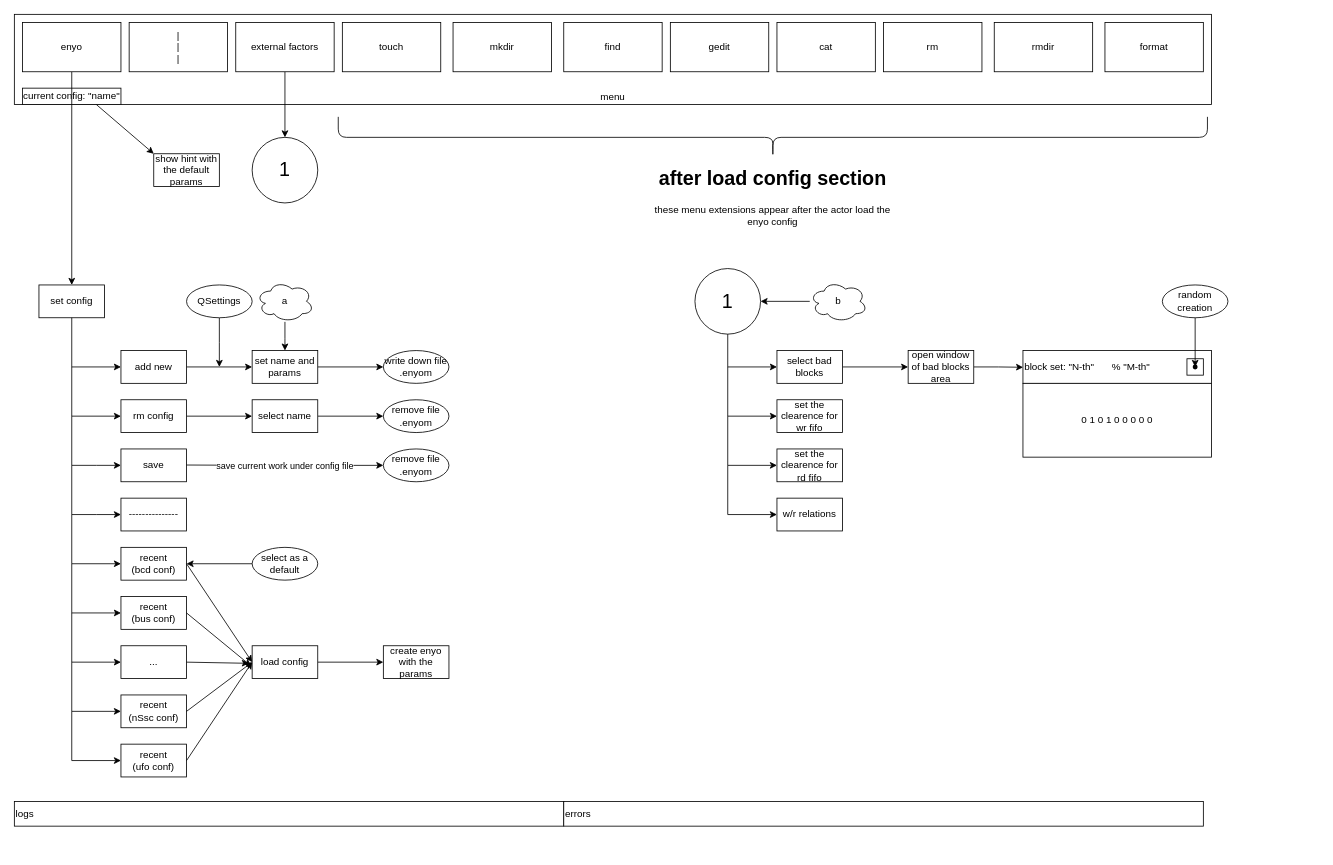
This is page "Page-1" (1 of 4) of enyoM ui.drawio from embrace0feternity/blablabla, a draw.io file, before an edit. Source tidied: cells renumbered, new cells numbered last; positions are measured from the earlier drawing's top-left corner, leaving out a move shared by most shapes. Both pictures are drawn from the tidied source at 82%, with x=0, y=0 at pixel (14, -298).
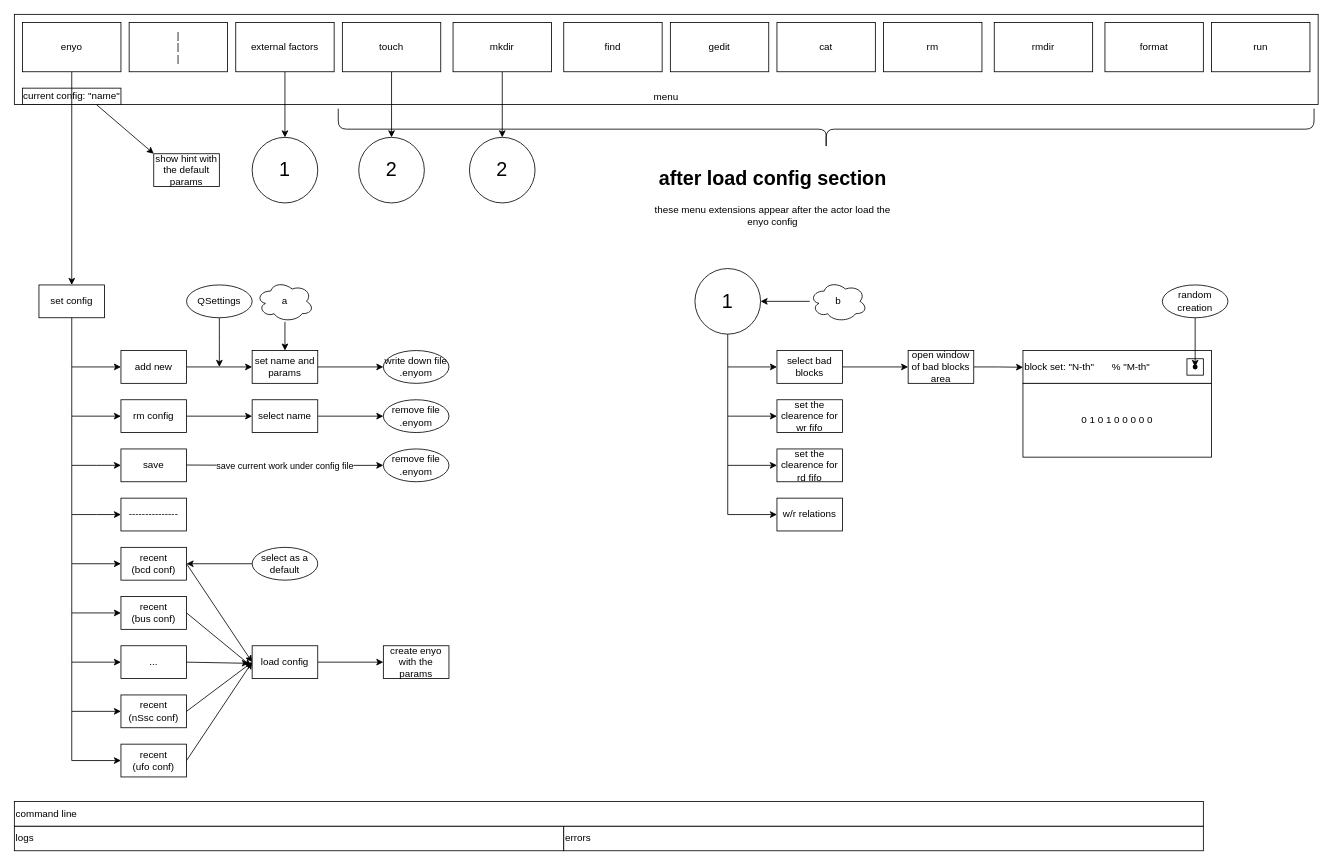
The same diagram, later.

Unchanged cells that the change refers to:
```xml
<mxCell id="51" value="touch" style="rounded=0;whiteSpace=wrap;html=1;" parent="1" vertex="1">
  <mxGeometry x="400" y="390" width="120" height="60" as="geometry" />
</mxCell>
<mxCell id="52" value="mkdir" style="rounded=0;whiteSpace=wrap;html=1;" parent="1" vertex="1">
  <mxGeometry x="535" y="390" width="120" height="60" as="geometry" />
</mxCell>
```

The edit, as a diff of the source:
```diff
@@
     <mxCell id="4" value="menu" style="rounded=0;whiteSpace=wrap;html=1;verticalAlign=bottom;" parent="1" vertex="1">
-      <mxGeometry y="380" width="1460" height="110" as="geometry" />
+      <mxGeometry y="380" width="1590" height="110" as="geometry" />
     </mxCell>
@@
+    <mxCell id="88" style="edgeStyle=orthogonalEdgeStyle;rounded=0;jettySize=auto;html=1;" parent="1" edge="1" source="51" target="90">
+      <mxGeometry relative="1" as="geometry" />
+    </mxCell>
@@
+    <mxCell id="89" style="edgeStyle=orthogonalEdgeStyle;rounded=0;jettySize=auto;html=1;" parent="1" edge="1" source="52" target="93">
+      <mxGeometry relative="1" as="geometry" />
+    </mxCell>
@@
     <mxCell id="56" style="shape=curlyBracket;whiteSpace=wrap;html=1;rounded=1;flipH=1;labelPosition=right;verticalLabelPosition=middle;align=left;verticalAlign=middle;rotation=90;" parent="1" vertex="1">
-      <mxGeometry x="900" width="50" height="1060" as="geometry" />
+      <mxGeometry x="965" y="-75" width="50" height="1190" as="geometry" />
     </mxCell>
@@
     <mxCell id="63" value="logs" style="rounded=0;whiteSpace=wrap;html=1;align=left;" parent="1" vertex="1">
-      <mxGeometry y="1340" width="670" height="30" as="geometry" />
+      <mxGeometry y="1370" width="670" height="30" as="geometry" />
     </mxCell>
     <mxCell id="64" value="errors" style="rounded=0;whiteSpace=wrap;html=1;align=left;" parent="1" vertex="1">
-      <mxGeometry x="670" y="1340" width="780" height="30" as="geometry" />
+      <mxGeometry x="670" y="1370" width="780" height="30" as="geometry" />
     </mxCell>
@@
+    <mxCell id="90" value="&lt;font style=&quot;font-size: 24px;&quot;&gt;2&lt;/font&gt;" style="ellipse;whiteSpace=wrap;html=1;rounded=0;" parent="1" vertex="1">
+      <mxGeometry x="420" y="530" width="80" height="80" as="geometry" />
+    </mxCell>
+    <mxCell id="91" value="command line" style="rounded=0;whiteSpace=wrap;html=1;align=left;" parent="1" vertex="1">
+      <mxGeometry y="1340" width="1450" height="30" as="geometry" />
+    </mxCell>
+    <mxCell id="92" value="run" style="rounded=0;whiteSpace=wrap;html=1;" parent="1" vertex="1">
+      <mxGeometry x="1460" y="390" width="120" height="60" as="geometry" />
+    </mxCell>
+    <mxCell id="93" value="&lt;font style=&quot;font-size: 24px;&quot;&gt;2&lt;/font&gt;" style="ellipse;whiteSpace=wrap;html=1;rounded=0;" parent="1" vertex="1">
+      <mxGeometry x="555" y="530" width="80" height="80" as="geometry" />
+    </mxCell>
```
